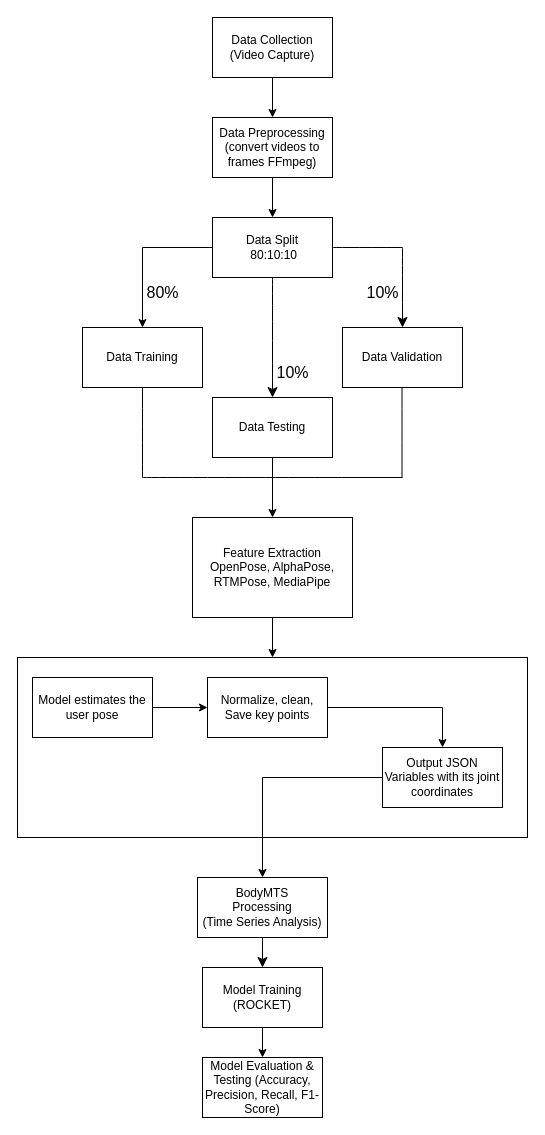
Above: ConceptFramework.drawio in Privcy/3DMTS-allehc (draw.io), before the change. Source tidied: cells renumbered, new cells numbered last; positions are measured from the earlier drawing's top-left corner, leaving out a move shared by most shapes. Both pictures are drawn from the tidied source at 100%, with x=0, y=0 at pixel (17, 17).
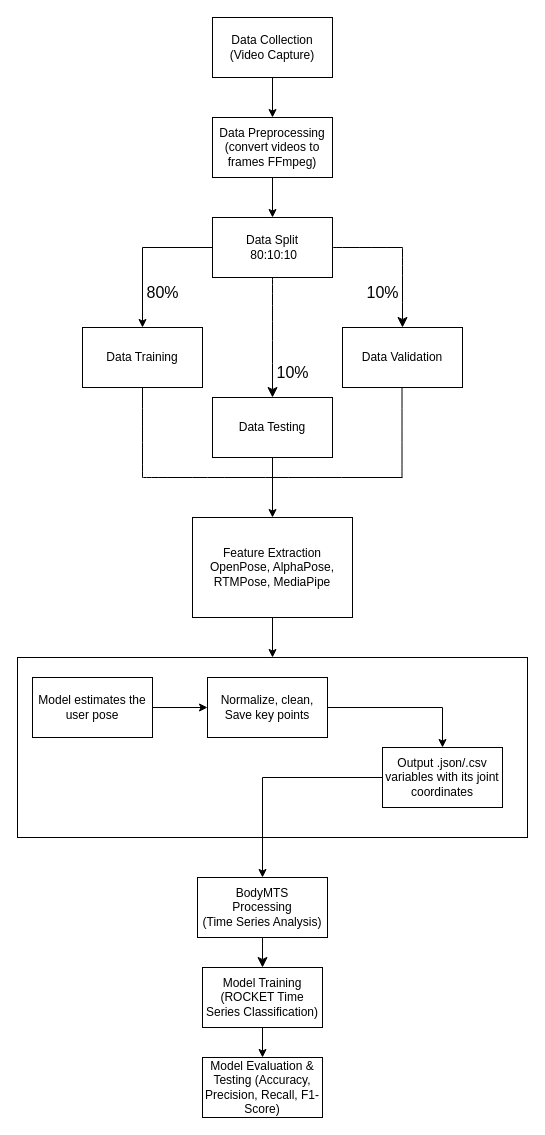
The same page after the edit.

Unchanged cells that the change refers to:
```xml
<mxCell id="25" style="group;" parent="1" vertex="1">
  <mxGeometry x="180" y="830" width="130" height="270" as="geometry" />
</mxCell>
```

Change to the diagram source:
```diff
@@
-    <mxCell id="29" value="Model Training (ROCKET)" style="rounded=0;whiteSpace=wrap;html=1;" parent="25" vertex="1">
+    <mxCell id="29" value="Model Training (ROCKET Time Series Classification)" style="rounded=0;whiteSpace=wrap;html=1;" parent="25" vertex="1">
       <mxGeometry x="5" y="120" width="120" height="60" as="geometry" />
     </mxCell>
@@
-    <mxCell id="36" value="Output JSON Variables with its joint coordinates" style="rounded=0;whiteSpace=wrap;html=1;" parent="1" vertex="1">
+    <mxCell id="36" value="Output .json/.csv variables with its joint coordinates" style="rounded=0;whiteSpace=wrap;html=1;" parent="1" vertex="1">
       <mxGeometry x="365" y="730" width="120" height="60" as="geometry" />
     </mxCell>
```
